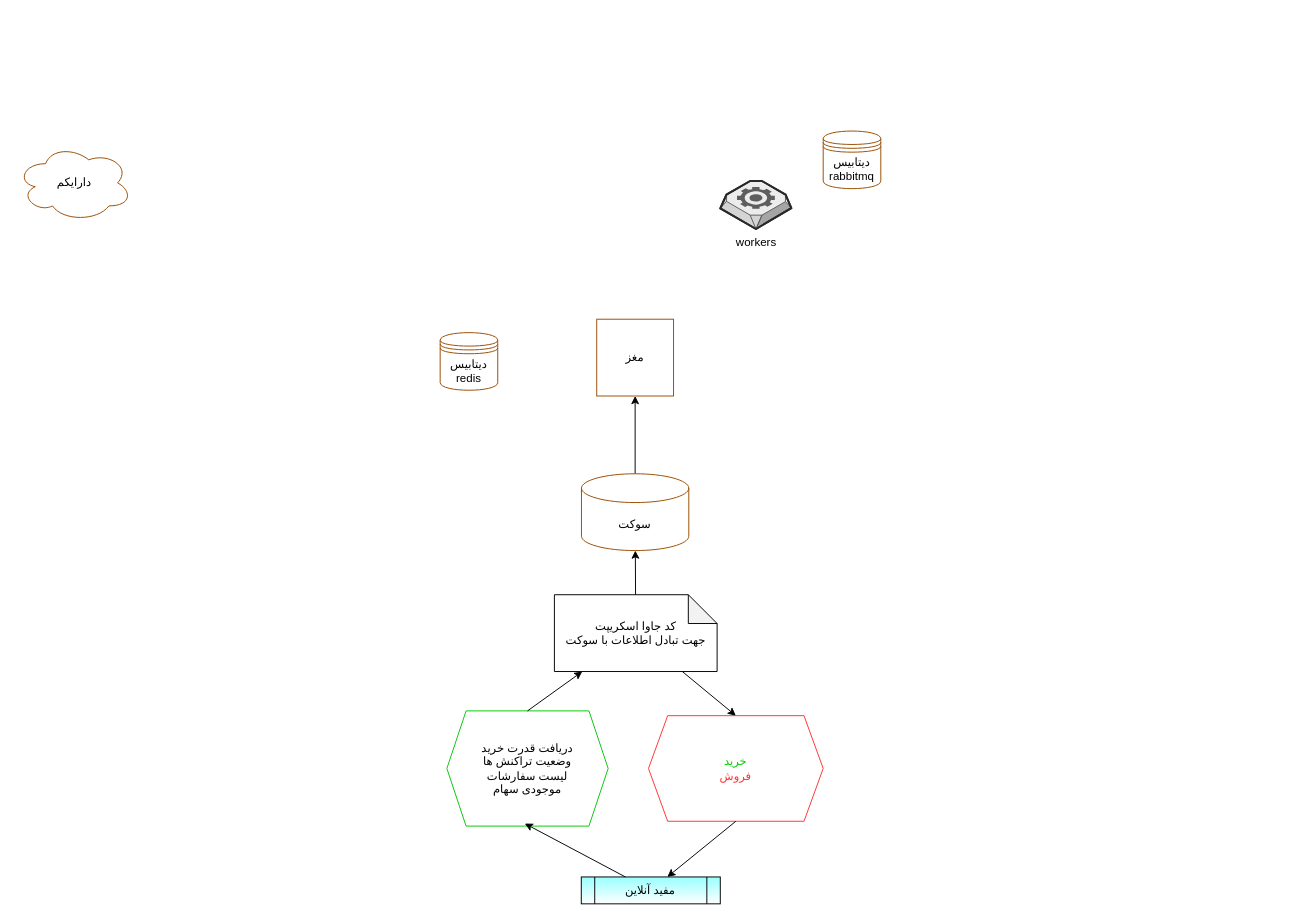
Earlier version of the draw.io diagram Untitled Diagram.drawio (m-derakhshi/myData). Source tidied: cells renumbered, new cells numbered last; positions are measured from the earlier drawing's top-left corner, leaving out a move shared by most shapes. Both pictures are drawn from the tidied source at 96%, with x=0, y=0 at pixel (16, 131). Pictures stored in the file or linked from it are replaced by grey dashed boxes.
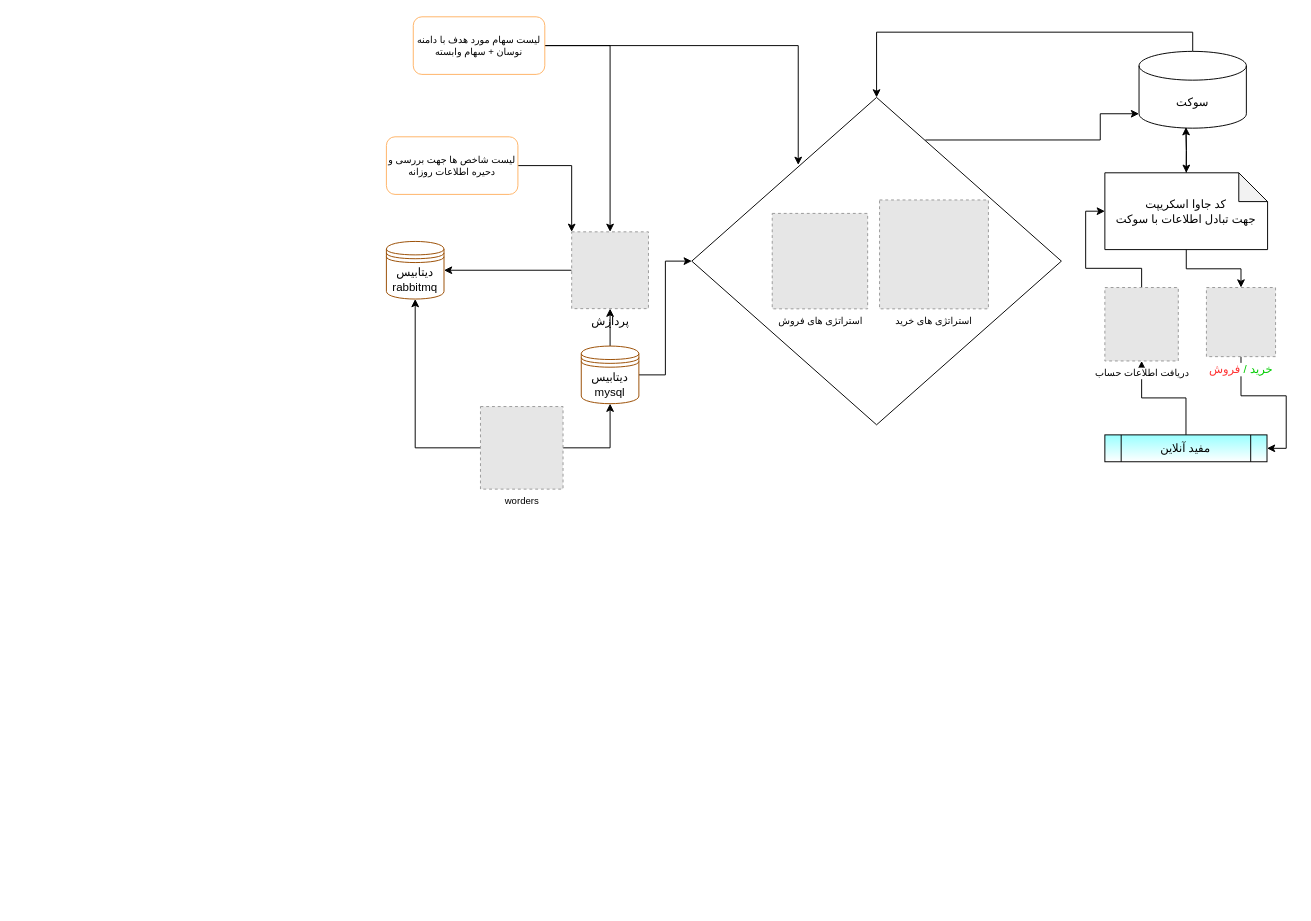
The same page after the edit.

Diff of the diagram source:
```diff
@@
-    <mxCell id="2" value="&lt;font color=&quot;#00cc00&quot;&gt;خرید&lt;br&gt;&lt;/font&gt;&lt;font color=&quot;#ff3333&quot;&gt;فروش&lt;/font&gt;" style="shape=hexagon;perimeter=hexagonPerimeter2;whiteSpace=wrap;html=1;fixedSize=1;shadow=0;fontFamily=Helvetica;fontSize=12;fontColor=#000000;align=center;strokeColor=#FF3333;strokeWidth=1;fillColor=#ffffff;" parent="1" vertex="1">
-      <mxGeometry x="658" y="609" width="182" height="110" as="geometry" />
-    </mxCell>
+    <mxCell id="18" style="edgeStyle=orthogonalEdgeStyle;rounded=0;jettySize=auto;html=1;strokeColor=#000000;fontSize=10;" parent="1" edge="1" source="3" target="43">
+      <mxGeometry relative="1" as="geometry" />
+    </mxCell>
     <mxCell id="3" value="مفید آنلاین" style="shape=process;whiteSpace=wrap;html=1;backgroundOutline=1;shadow=0;fontFamily=Helvetica;fontSize=12;fontColor=#000000;align=center;strokeColor=#000000;strokeWidth=1;gradientColor=#ffffff;fillColor=#99FFFF;" parent="1" vertex="1">
-      <mxGeometry x="588" y="777" width="144.8" height="28" as="geometry" />
+      <mxGeometry x="1133.4" y="316.5" width="168.9" height="28" as="geometry" />
     </mxCell>
-    <mxCell id="4" value="دریافت قدرت خرید&lt;br&gt;وضعیت تراکنش ها&lt;br&gt;لیست سفارشات&lt;br&gt;موجودی سهام" style="shape=hexagon;perimeter=hexagonPerimeter2;whiteSpace=wrap;html=1;fixedSize=1;fontFamily=Helvetica;fontSize=12;fontColor=#000000;align=center;strokeColor=#00CC00;fillColor=#ffffff;" parent="1" vertex="1">
-      <mxGeometry x="448" y="604" width="168" height="120" as="geometry" />
-    </mxCell>
-    <mxCell id="5" style="endArrow=classic;html=1;exitX=0.5;exitY=1;exitDx=0;exitDy=0;" parent="1" edge="1" source="2" target="3">
-      <mxGeometry relative="1" as="geometry" />
-    </mxCell>
+    <mxCell id="19" style="edgeStyle=orthogonalEdgeStyle;rounded=0;jettySize=auto;html=1;strokeColor=#000000;fontSize=10;" parent="1" edge="1" source="6">
+      <mxGeometry relative="1" as="geometry">
+        <mxPoint x="1217.9" y="-4" as="targetPoint" />
+      </mxGeometry>
+    </mxCell>
+    <mxCell id="20" style="edgeStyle=orthogonalEdgeStyle;rounded=0;jettySize=auto;html=1;strokeColor=#000000;fontSize=10;" parent="1" edge="1" source="6" target="41">
+      <mxGeometry relative="1" as="geometry" />
+    </mxCell>
     <mxCell id="6" value="کد جاوا اسکریپت&lt;br&gt;جهت تبادل اطلاعات با سوکت" style="shape=note;whiteSpace=wrap;html=1;backgroundOutline=1;darkOpacity=0.05;fontFamily=Helvetica;fontSize=12;fontColor=#000000;align=center;strokeColor=#000000;fillColor=#ffffff;" parent="1" vertex="1">
-      <mxGeometry x="560" y="483" width="169.5" height="80" as="geometry" />
+      <mxGeometry x="1133.4" y="43.5" width="169.5" height="80" as="geometry" />
     </mxCell>
-    <mxCell id="7" style="endArrow=classic;html=1;exitX=0.5;exitY=0;exitDx=0;exitDy=0;" parent="1" edge="1" source="4" target="6">
-      <mxGeometry relative="1" as="geometry" />
-    </mxCell>
-    <mxCell id="8" style="endArrow=classic;html=1;entryX=0.5;entryY=0;entryDx=0;entryDy=0;" parent="1" edge="1" source="6" target="2">
-      <mxGeometry relative="1" as="geometry" />
-    </mxCell>
-    <mxCell id="9" style="endArrow=classic;html=1;entryX=0.483;entryY=0.978;entryDx=0;entryDy=0;entryPerimeter=0;" parent="1" edge="1" source="3" target="4">
-      <mxGeometry relative="1" as="geometry" />
-    </mxCell>
-    <mxCell id="10" style="edgeStyle=orthogonalEdgeStyle;rounded=0;jettySize=auto;html=1;entryX=0.5;entryY=1;entryDx=0;entryDy=0;" parent="1" edge="1" source="11" target="13">
-      <mxGeometry relative="1" as="geometry" />
-    </mxCell>
+    <mxCell id="21" style="edgeStyle=orthogonalEdgeStyle;rounded=0;jettySize=auto;html=1;strokeColor=#000000;fontSize=10;" parent="1" edge="1" target="6">
+      <mxGeometry relative="1" as="geometry">
+        <mxPoint x="1217.9" y="-4" as="sourcePoint" />
+      </mxGeometry>
+    </mxCell>
+    <mxCell id="22" style="edgeStyle=orthogonalEdgeStyle;rounded=0;jettySize=auto;html=1;entryX=0.5;entryY=0;entryDx=0;entryDy=0;strokeColor=#000000;fontSize=10;exitX=0.5;exitY=0;exitDx=0;exitDy=0;exitPerimeter=0;" parent="1" edge="1" source="11" target="35">
+      <mxGeometry relative="1" as="geometry" />
+    </mxCell>
-    <mxCell id="11" value="سوکت" style="shape=cylinder3;whiteSpace=wrap;html=1;boundedLbl=1;backgroundOutline=1;size=15;fontFamily=Helvetica;fontSize=12;fontColor=#000000;align=center;strokeColor=#994C00;fillColor=#ffffff;" parent="1" vertex="1">
-      <mxGeometry x="588.2" y="357" width="111.8" height="80" as="geometry" />
+    <mxCell id="11" value="سوکت" style="shape=cylinder3;whiteSpace=wrap;html=1;boundedLbl=1;backgroundOutline=1;size=15;fontFamily=Helvetica;fontSize=12;fontColor=#000000;align=center;fillColor=#ffffff;" parent="1" vertex="1">
+      <mxGeometry x="1169" y="-83" width="111.8" height="80" as="geometry" />
     </mxCell>
-    <mxCell id="12" style="endArrow=classic;html=1;" parent="1" edge="1" source="6" target="11">
-      <mxGeometry relative="1" as="geometry" />
-    </mxCell>
+    <mxCell id="23" style="edgeStyle=orthogonalEdgeStyle;rounded=0;jettySize=auto;html=1;entryX=1;entryY=0.5;entryDx=0;entryDy=0;fontSize=10;" parent="1" edge="1" source="13" target="16">
+      <mxGeometry relative="1" as="geometry" />
+    </mxCell>
-    <mxCell id="13" value="مغز" style="whiteSpace=wrap;html=1;fontFamily=Helvetica;fontSize=12;fontColor=#000000;align=center;strokeColor=#994C00;fillColor=#FFFFFF;gradientColor=#ffffff;" parent="1" vertex="1">
-      <mxGeometry x="604.1" y="196" width="80" height="80" as="geometry" />
+    <mxCell id="13" value="پردازش" style="fillColor=#E6E6E6;strokeColor=#999999;dashed=1;html=1;verticalAlign=top;verticalLabelPosition=bottom;labelBackgroundColor=#ffffff;fontFamily=Helvetica;fontSize=12;fontColor=#000000;align=center;" parent="1" vertex="1">
+      <mxGeometry x="578" y="105" width="80" height="80" as="geometry" />
     </mxCell>
-    <mxCell id="14" value="دیتابیس&lt;br&gt;redis" style="shape=datastore;whiteSpace=wrap;html=1;strokeColor=#994C00;fillColor=#FFFFFF;gradientColor=#ffffff;" parent="1" vertex="1">
-      <mxGeometry x="441" y="210" width="60" height="60" as="geometry" />
-    </mxCell>
-    <mxCell id="15" value="workers" style="verticalLabelPosition=bottom;html=1;verticalAlign=top;strokeWidth=1;align=center;dashed=0;shape=mxgraph.aws3d.worker;fillColor=#ECECEC;strokeColor=#5E5E5E;" parent="1" vertex="1">
-      <mxGeometry x="732.8" y="52" width="74" height="50" as="geometry" />
-    </mxCell>
+    <mxCell id="24" style="edgeStyle=orthogonalEdgeStyle;rounded=0;jettySize=auto;html=1;fontSize=21;" parent="1" edge="1" source="31" target="27">
+      <mxGeometry relative="1" as="geometry" />
+    </mxCell>
     <mxCell id="16" value="دیتابیس&lt;br&gt;rabbitmq" style="shape=datastore;whiteSpace=wrap;html=1;strokeColor=#994C00;fillColor=#FFFFFF;gradientColor=#ffffff;" parent="1" vertex="1">
-      <mxGeometry x="840" width="60" height="60" as="geometry" />
+      <mxGeometry x="385" y="115" width="60" height="60" as="geometry" />
     </mxCell>
-    <mxCell id="17" value="دارایکم" style="ellipse;shape=cloud;whiteSpace=wrap;html=1;strokeColor=#994C00;fillColor=#FFFFFF;gradientColor=#ffffff;" parent="1" vertex="1">
-      <mxGeometry y="14" width="120" height="80" as="geometry" />
-    </mxCell>
+    <mxCell id="25" style="edgeStyle=orthogonalEdgeStyle;rounded=0;jettySize=auto;html=1;fontSize=10;" parent="1" edge="1" source="27" target="13">
+      <mxGeometry relative="1" as="geometry" />
+    </mxCell>
+    <mxCell id="26" style="edgeStyle=orthogonalEdgeStyle;rounded=0;jettySize=auto;html=1;entryX=0;entryY=0.5;entryDx=0;entryDy=0;fontSize=10;" parent="1" edge="1" source="27" target="35">
+      <mxGeometry relative="1" as="geometry" />
+    </mxCell>
+    <mxCell id="27" value="دیتابیس&lt;br&gt;mysql" style="shape=datastore;whiteSpace=wrap;html=1;strokeColor=#994C00;fillColor=#FFFFFF;gradientColor=#ffffff;" parent="1" vertex="1">
+      <mxGeometry x="588" y="224" width="60" height="60" as="geometry" />
+    </mxCell>
+    <mxCell id="28" style="edgeStyle=orthogonalEdgeStyle;rounded=0;jettySize=auto;html=1;entryX=0;entryY=0;entryDx=0;entryDy=0;fontSize=10;" parent="1" edge="1" source="29" target="13">
+      <mxGeometry relative="1" as="geometry" />
+    </mxCell>
+    <mxCell id="29" value="لیست شاخص ها جهت بررسی و دحیره اطلاعات روزانه" style="rounded=1;whiteSpace=wrap;html=1;fontFamily=Helvetica;fontSize=10;fontColor=#000000;align=center;gradientColor=#ffffff;strokeColor=#FFB366;" parent="1" vertex="1">
+      <mxGeometry x="385" y="6" width="137" height="60" as="geometry" />
+    </mxCell>
+    <mxCell id="30" style="edgeStyle=orthogonalEdgeStyle;rounded=0;jettySize=auto;html=1;strokeColor=#000000;fontSize=10;" parent="1" edge="1" source="31" target="16">
+      <mxGeometry relative="1" as="geometry" />
+    </mxCell>
+    <mxCell id="31" value="worders" style="fillColor=#E6E6E6;strokeColor=#999999;dashed=1;html=1;verticalAlign=top;verticalLabelPosition=bottom;labelBackgroundColor=#ffffff;fontFamily=Helvetica;fontSize=10;fontColor=#000000;align=center;" parent="1" vertex="1">
+      <mxGeometry x="483" y="287" width="86" height="86" as="geometry" />
+    </mxCell>
+    <mxCell id="32" style="group;" parent="1" vertex="1">
+      <mxGeometry x="721" y="-35" width="373" height="415" as="geometry" />
+    </mxCell>
+    <mxCell id="33" value="استراتژی های خرید" style="fillColor=#E6E6E6;strokeColor=#999999;dashed=1;html=1;verticalAlign=top;verticalLabelPosition=bottom;labelBackgroundColor=#ffffff;fontSize=10;" parent="32" vertex="1">
+      <mxGeometry x="177.7" y="106.8" width="113.4" height="113.4" as="geometry" />
+    </mxCell>
+    <mxCell id="34" value="استراتژی های فروش" style="fillColor=#E6E6E6;strokeColor=#999999;dashed=1;html=1;verticalAlign=top;verticalLabelPosition=bottom;labelBackgroundColor=#ffffff;fontSize=10;" parent="32" vertex="1">
+      <mxGeometry x="65.9" y="120.8" width="99.4" height="99.4" as="geometry" />
+    </mxCell>
+    <mxCell id="35" style="rhombus;whiteSpace=wrap;html=1;strokeColor=#000000;fillColor=none;gradientColor=#ffffff;fontSize=10;" parent="32" vertex="1">
+      <mxGeometry x="-17.9" width="385" height="341" as="geometry" />
+    </mxCell>
+    <mxCell id="36" style="edgeStyle=orthogonalEdgeStyle;rounded=0;jettySize=auto;html=1;entryX=0.288;entryY=0.206;entryDx=0;entryDy=0;strokeColor=#000000;fontSize=10;entryPerimeter=0;" parent="1" edge="1" source="38" target="35">
+      <mxGeometry relative="1" as="geometry" />
+    </mxCell>
+    <mxCell id="37" style="edgeStyle=orthogonalEdgeStyle;rounded=0;jettySize=auto;html=1;strokeColor=#000000;fontSize=10;" parent="1" edge="1" source="38" target="13">
+      <mxGeometry relative="1" as="geometry" />
+    </mxCell>
+    <mxCell id="38" value="لیست سهام مورد هدف با دامنه نوسان + سهام وابسته" style="rounded=1;whiteSpace=wrap;html=1;fontFamily=Helvetica;fontSize=10;fontColor=#000000;align=center;gradientColor=#ffffff;strokeColor=#FFB366;" parent="1" vertex="1">
+      <mxGeometry x="413" y="-119" width="137" height="60" as="geometry" />
+    </mxCell>
+    <mxCell id="39" style="edgeStyle=orthogonalEdgeStyle;rounded=0;jettySize=auto;html=1;entryX=0;entryY=1;entryDx=0;entryDy=-15;entryPerimeter=0;strokeColor=#000000;fontSize=10;exitX=0.632;exitY=0.13;exitDx=0;exitDy=0;exitPerimeter=0;" parent="1" edge="1" source="35" target="11">
+      <mxGeometry relative="1" as="geometry" />
+    </mxCell>
+    <mxCell id="40" style="edgeStyle=orthogonalEdgeStyle;rounded=0;jettySize=auto;html=1;entryX=1;entryY=0.5;entryDx=0;entryDy=0;strokeColor=#000000;fontSize=10;" parent="1" edge="1" source="41" target="3">
+      <mxGeometry relative="1" as="geometry" />
+    </mxCell>
+    <mxCell id="41" value="&lt;font color=&quot;#00cc00&quot; style=&quot;font-size: 12px&quot;&gt;خرید /&amp;nbsp;&lt;/font&gt;&lt;font color=&quot;#ff3333&quot; style=&quot;font-size: 12px&quot;&gt;فروش&lt;/font&gt;" style="fillColor=#E6E6E6;strokeColor=#999999;dashed=1;html=1;verticalAlign=top;verticalLabelPosition=bottom;labelBackgroundColor=#ffffff;fontSize=10;" parent="1" vertex="1">
+      <mxGeometry x="1239.2" y="163" width="72" height="72" as="geometry" />
+    </mxCell>
+    <mxCell id="42" style="edgeStyle=orthogonalEdgeStyle;rounded=0;jettySize=auto;html=1;entryX=0;entryY=0.5;entryDx=0;entryDy=0;entryPerimeter=0;strokeColor=#000000;fontSize=10;" parent="1" edge="1" source="43" target="6">
+      <mxGeometry relative="1" as="geometry" />
+    </mxCell>
+    <mxCell id="43" value="دریافت اطلاعات حساب" style="fillColor=#E6E6E6;strokeColor=#999999;dashed=1;html=1;verticalAlign=top;verticalLabelPosition=bottom;labelBackgroundColor=#ffffff;fontFamily=Helvetica;fontSize=10;fontColor=#000000;align=center;" parent="1" vertex="1">
+      <mxGeometry x="1133.4" y="163" width="76.5" height="76.5" as="geometry" />
+    </mxCell>
```
